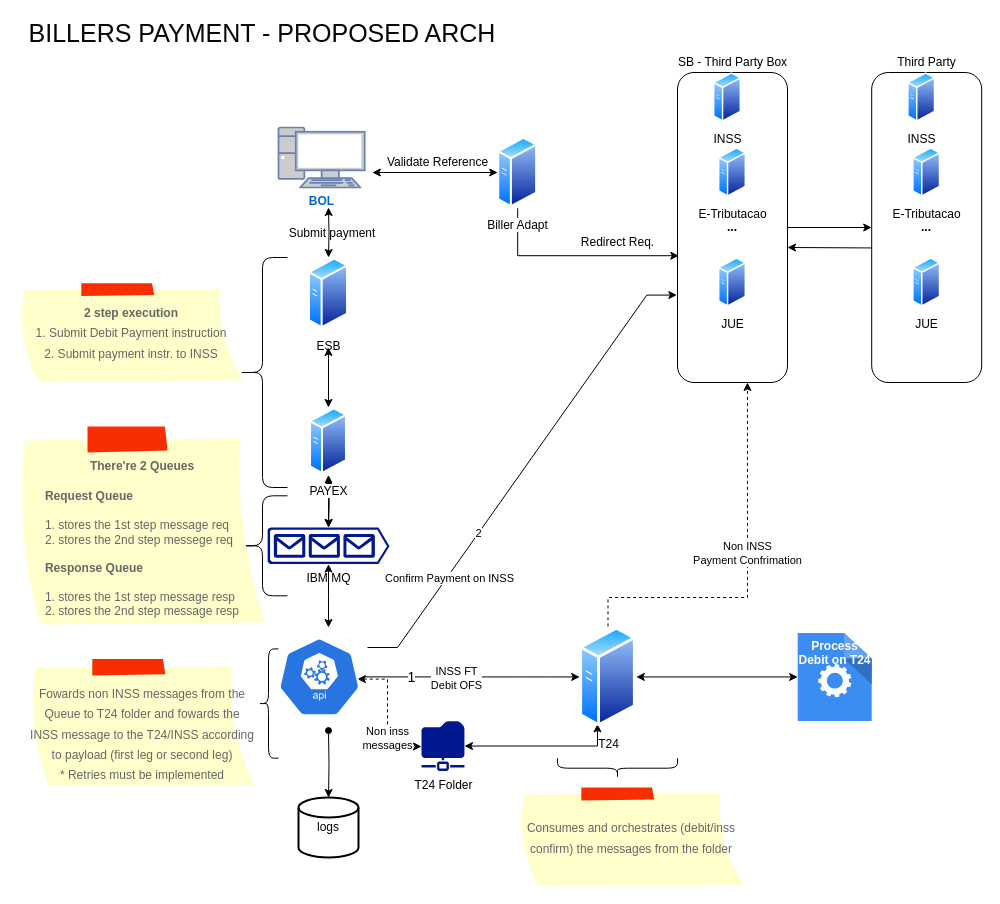
Above: page "Proposed Arch" (2 of 2) of Untitled Diagram.drawio in Klaucio/aula (draw.io), before the change. Source tidied: cells renumbered, new cells numbered last; positions are measured from the earlier drawing's top-left corner, leaving out a move shared by most shapes. Both pictures are drawn from the tidied source at 100%, with x=0, y=0 at pixel (17, 17).
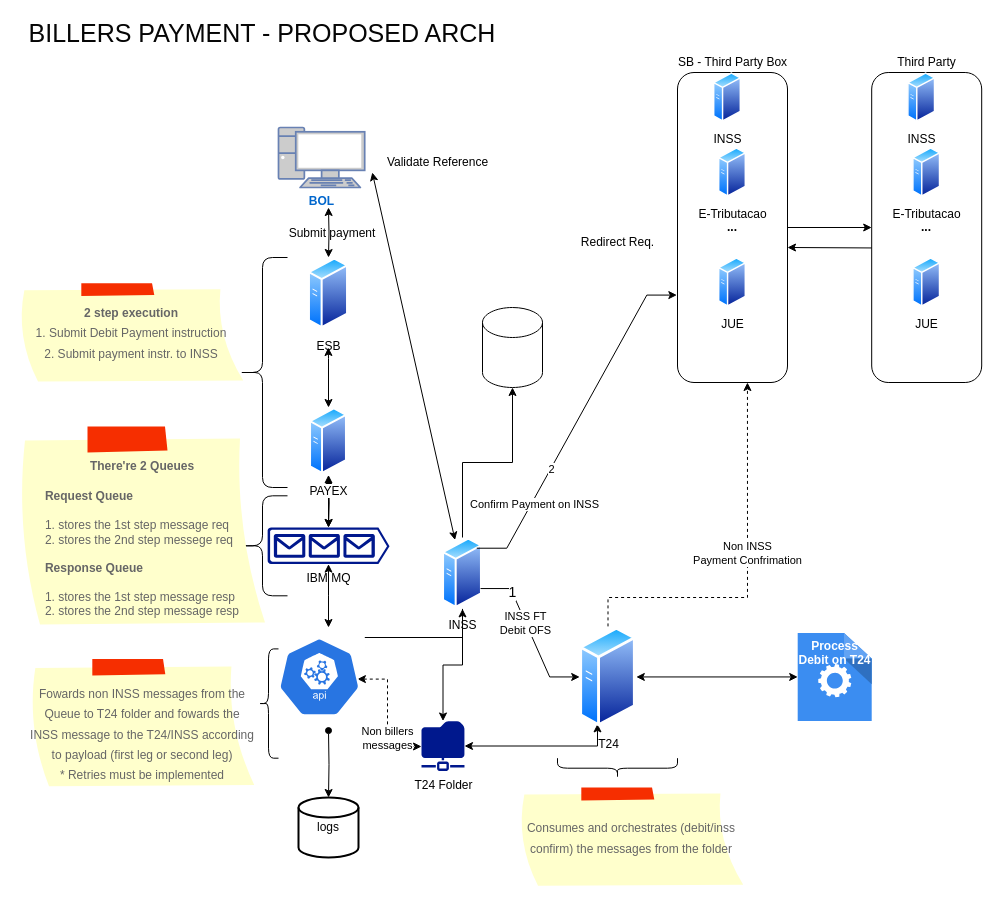
The same page after the edit.

The change refers to these unchanged cells:
```xml
<mxCell id="3" value="&lt;b&gt;...&lt;/b&gt;" style="rounded=1;whiteSpace=wrap;html=1;" parent="1" vertex="1">
  <mxGeometry x="660" y="55" width="110" height="310" as="geometry" />
</mxCell>
<mxCell id="20" style="edgeStyle=orthogonalEdgeStyle;rounded=0;jettySize=auto;html=1;startArrow=classic;startFill=1;dashed=1;" parent="1" edge="1" target="24">
  <mxGeometry relative="1" as="geometry">
    <mxPoint x="339.9" y="661.6" as="sourcePoint" />
    <Array as="points">
      <mxPoint x="370" y="662" />
      <mxPoint x="370" y="729" />
    </Array>
  </mxGeometry>
</mxCell>
<mxCell id="24" value="T24 Folder&lt;br&gt;" style="sketch=0;shadow=0;dashed=0;html=1;strokeColor=none;labelPosition=center;verticalLabelPosition=bottom;verticalAlign=top;align=center;fillColor=#00188D;shape=mxgraph.mscae.enterprise.shared_folder;" parent="1" vertex="1">
  <mxGeometry x="404" y="703.5" width="43" height="50" as="geometry" />
</mxCell>
<mxCell id="28" value="T24" style="perimeter=ellipsePerimeter;html=1;align=center;shadow=0;dashed=0;spacingTop=3;image;image=img/lib/active_directory/generic_server.svg;direction=east;" parent="1" vertex="1">
  <mxGeometry x="562.2" y="608.9" width="56.6" height="101.1" as="geometry" />
</mxCell>
<mxCell id="55" style="sketch=0;html=1;dashed=0;whitespace=wrap;fillColor=#2875E2;strokeColor=#ffffff;points=[[0.005,0.63,0],[0.1,0.2,0],[0.9,0.2,0],[0.5,0,0],[0.995,0.63,0],[0.72,0.99,0],[0.5,1,0],[0.28,0.99,0]];verticalLabelPosition=bottom;align=center;verticalAlign=top;shape=mxgraph.kubernetes.icon;prIcon=api;" parent="1" vertex="1">
  <mxGeometry x="256.4" y="619.7" width="90.9" height="79.4" as="geometry" />
</mxCell>
```

Change to the diagram source:
```diff
@@
-    <mxCell id="5" style="edgeStyle=orthogonalEdgeStyle;rounded=0;jettySize=auto;html=1;entryX=0.012;entryY=0.591;entryDx=0;entryDy=0;entryPerimeter=0;" parent="1" edge="1" source="6" target="3">
-      <mxGeometry relative="1" as="geometry">
-        <Array as="points">
-          <mxPoint x="500" y="238" />
-        </Array>
-      </mxGeometry>
-    </mxCell>
+    <mxCell id="56" style="edgeStyle=orthogonalEdgeStyle;rounded=0;jettySize=auto;html=1;" parent="1" edge="1" source="6" target="59">
+      <mxGeometry relative="1" as="geometry" />
+    </mxCell>
+    <mxCell id="57" style="edgeStyle=orthogonalEdgeStyle;rounded=0;jettySize=auto;html=1;" parent="1" edge="1" source="6" target="24">
+      <mxGeometry relative="1" as="geometry" />
+    </mxCell>
-    <mxCell id="6" value="Biller Adapt" style="perimeter=ellipsePerimeter;html=1;align=center;shadow=0;dashed=0;spacingTop=3;image;image=img/lib/active_directory/generic_server.svg;" parent="1" vertex="1">
-      <mxGeometry x="480.2" y="119.3" width="40" height="71.4" as="geometry" />
+    <mxCell id="6" value="INSS" style="perimeter=ellipsePerimeter;html=1;align=center;shadow=0;dashed=0;spacingTop=3;image;image=img/lib/active_directory/generic_server.svg;" parent="1" vertex="1">
+      <mxGeometry x="425" y="520" width="40" height="71.4" as="geometry" />
     </mxCell>
@@
-    <mxCell id="13" style="endArrow=classic;startArrow=classic;html=1;rounded=0;entryX=0;entryY=0.5;entryDx=0;entryDy=0;" parent="1" edge="1" target="6">
+    <mxCell id="13" style="endArrow=classic;startArrow=classic;html=1;rounded=0;" parent="1" edge="1" target="6">
       <mxGeometry relative="1" as="geometry">
         <mxPoint x="354.8" y="155" as="sourcePoint" />
       </mxGeometry>
     </mxCell>
@@
-    <mxCell id="21" value="Non inss &lt;br&gt;messages" style="edgeLabel;html=1;align=center;verticalAlign=middle;" parent="20" vertex="1">
+    <mxCell id="21" value="Non billers&lt;br&gt;messages" style="edgeLabel;html=1;align=center;verticalAlign=middle;" parent="20" vertex="1">
       <mxGeometry x="0.36" y="-1" relative="1" as="geometry" />
     </mxCell>
@@
-    <mxCell id="49" style="edgeStyle=entityRelationEdgeStyle;rounded=0;jettySize=auto;html=1;entryX=-0.006;entryY=0.718;entryDx=0;entryDy=0;entryPerimeter=0;" parent="1" edge="1" target="3">
-      <mxGeometry relative="1" as="geometry">
-        <mxPoint x="350" y="630" as="sourcePoint" />
-      </mxGeometry>
+    <mxCell id="49" style="edgeStyle=entityRelationEdgeStyle;rounded=0;jettySize=auto;html=1;entryX=-0.006;entryY=0.718;entryDx=0;entryDy=0;entryPerimeter=0;exitX=1;exitY=0;exitDx=0;exitDy=0;" parent="1" edge="1" source="6" target="3">
+      <mxGeometry relative="1" as="geometry" />
     </mxCell>
@@
-    <mxCell id="52" style="edgeStyle=entityRelationEdgeStyle;rounded=0;jettySize=auto;html=1;entryX=0;entryY=0.5;entryDx=0;entryDy=0;" parent="1" edge="1" source="55" target="28">
+    <mxCell id="52" style="edgeStyle=entityRelationEdgeStyle;rounded=0;jettySize=auto;html=1;entryX=0;entryY=0.5;entryDx=0;entryDy=0;exitX=1;exitY=0.75;exitDx=0;exitDy=0;" parent="1" edge="1" source="6" target="28">
       <mxGeometry relative="1" as="geometry" />
     </mxCell>
@@
+    <mxCell id="58" style="edgeStyle=orthogonalEdgeStyle;rounded=0;jettySize=auto;html=1;" parent="1" edge="1" source="55" target="6">
+      <mxGeometry relative="1" as="geometry">
+        <Array as="points">
+          <mxPoint x="445" y="620" />
+        </Array>
+      </mxGeometry>
+    </mxCell>
@@
+    <mxCell id="59" style="shape=cylinder3;whiteSpace=wrap;html=1;boundedLbl=1;backgroundOutline=1;size=15;" parent="1" vertex="1">
+      <mxGeometry x="465" y="290" width="60" height="80" as="geometry" />
+    </mxCell>
```
